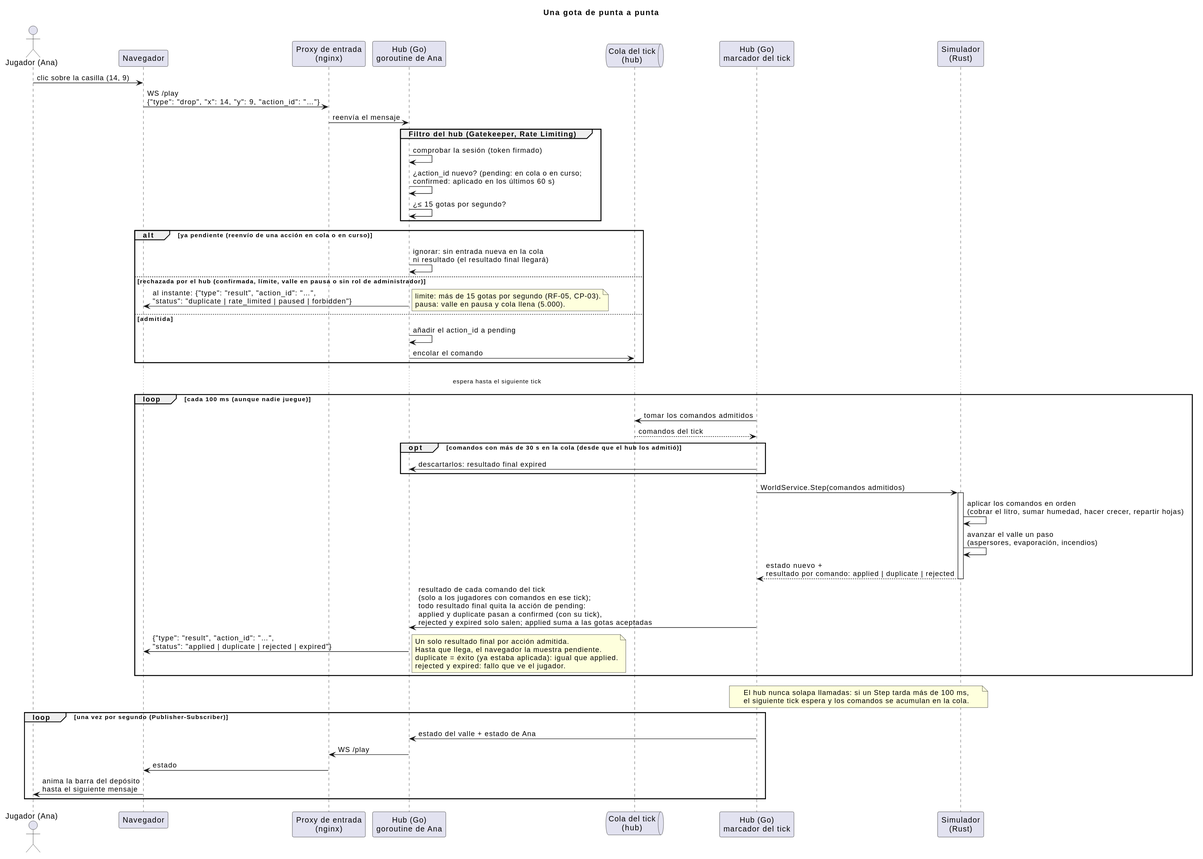
This is docs/diagrams/03-secuencia-gota.svg from iadev2005/hydrovalley, a PlantUML export, as it was before one commit.
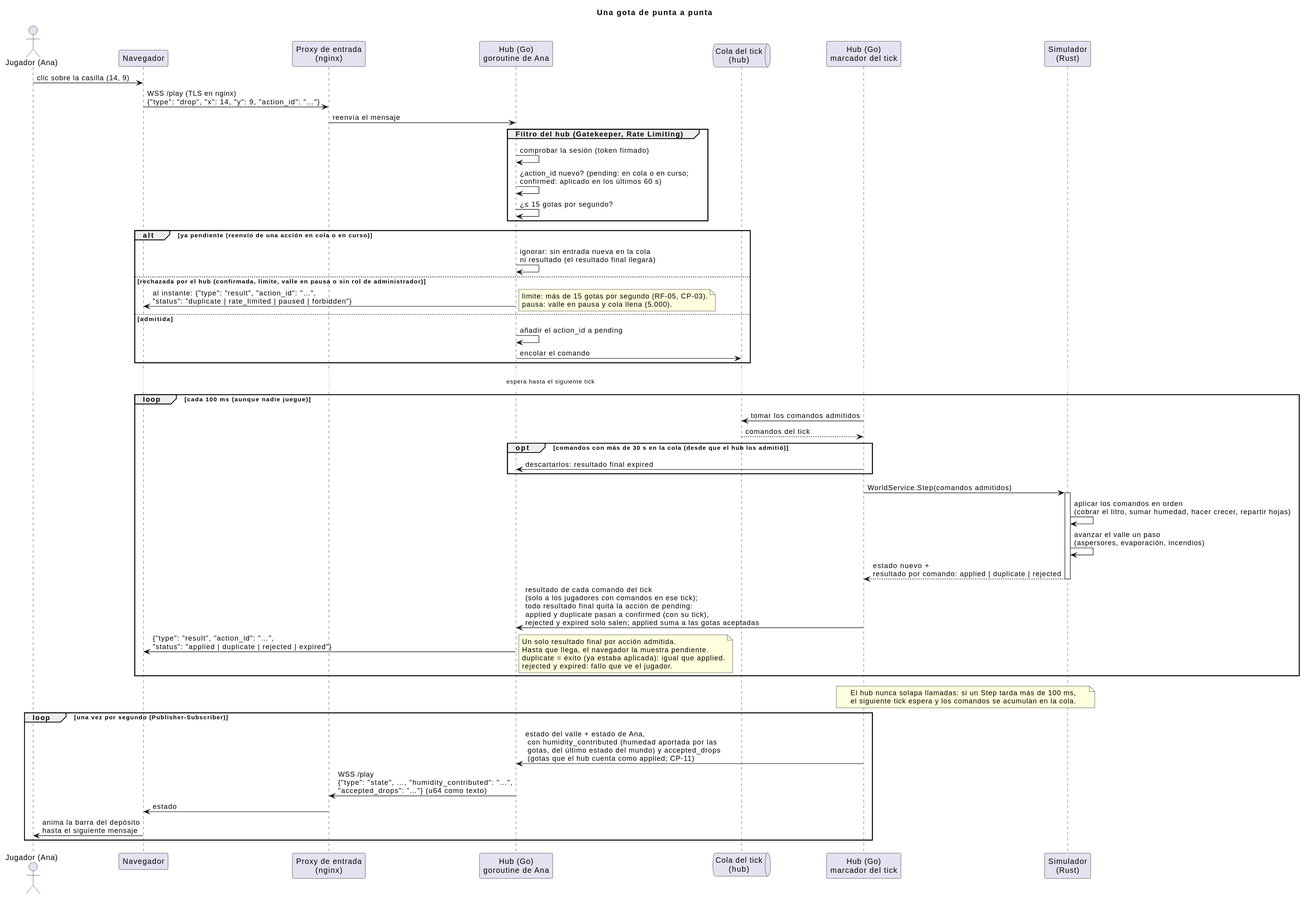
Above is the later version.

The edit, as a diff of the source:
```diff
@@ -10,7 +10,7 @@
 participant "Simulador\n(Rust)" as World
 
 Ana -> Browser : clic sobre la casilla (14, 9)
-Browser -> Proxy : WS /play\n{"type": "drop", "x": 14, "y": 9, "action_id": "…"}
+Browser -> Proxy : WSS /play (TLS en nginx)\n{"type": "drop", "x": 14, "y": 9, "action_id": "…"}
 Proxy -> Goroutine : reenvía el mensaje
 
 group Filtro del hub (Gatekeeper, Rate Limiting)
@@ -62,8 +62,8 @@
 end note
 
 loop una vez por segundo (Publisher-Subscriber)
-  Ticker -> Goroutine : estado del valle + estado de Ana
-  Goroutine -> Proxy : WS /play
+  Ticker -> Goroutine : estado del valle + estado de Ana,\n con humidity_contributed (humedad aportada por las\n gotas, del último estado del mundo) y accepted_drops\n (gotas que el hub cuenta como applied; CP-11)
+  Goroutine -> Proxy : WSS /play\n{"type": "state", …, "humidity_contributed": "…",\n"accepted_drops": "…"} (u64 como texto)
   Proxy -> Browser : estado
   Browser -> Ana : anima la barra del depósito\nhasta el siguiente mensaje
 end
```
